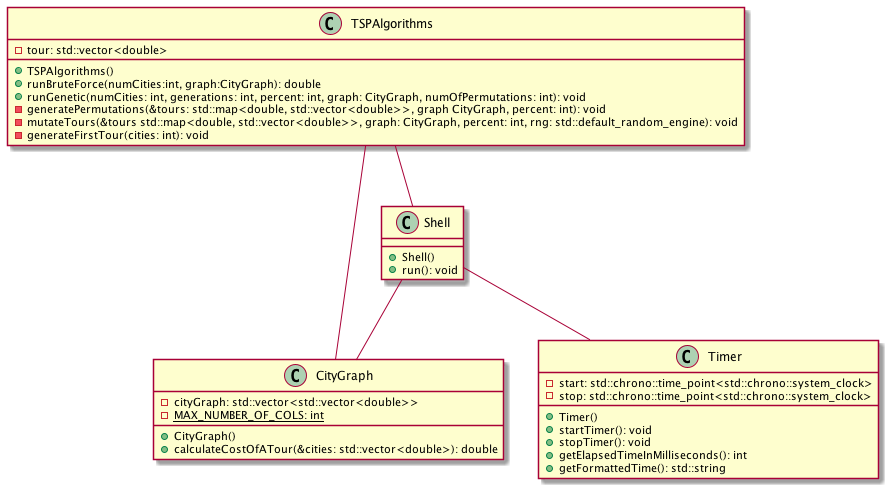
The PlantUML diagram out/diagram/plantUML/plantUML.png in berezovs/project3_tsp, before a commit.
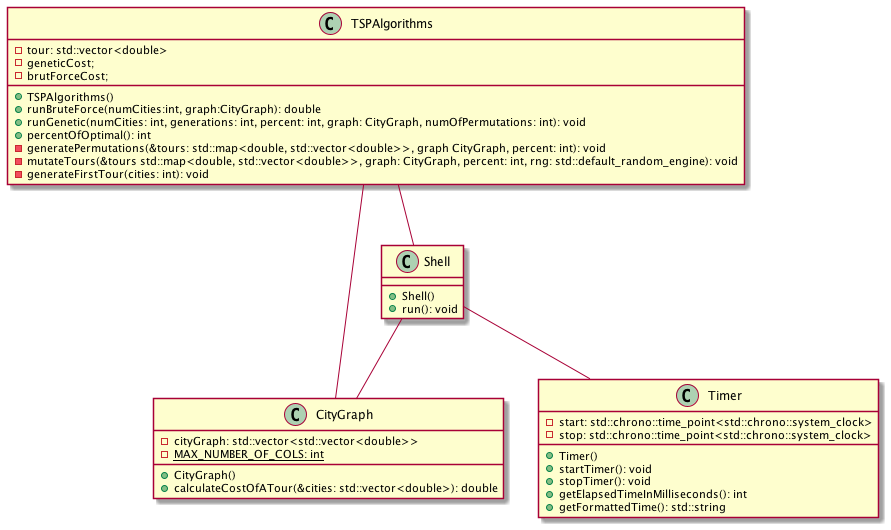
Above is the later version.

Commit message:
Added percentOfOptimal() to TSPAlgorithms

Diff of the diagram source:
```diff
@@ -26,9 +26,12 @@
 
     class TSPAlgorithms{
     -tour: std::vector<double>
+    -geneticCost;
+    -brutForceCost;
     +TSPAlgorithms()
     +runBruteForce(numCities:int, graph:CityGraph): double
     +runGenetic(numCities: int, generations: int, percent: int, graph: CityGraph, numOfPermutations: int): void
+    +percentOfOptimal(): int
     -generatePermutations(&tours: std::map<double, std::vector<double>>, graph CityGraph, percent: int): void
     -mutateTours(&tours std::map<double, std::vector<double>>, graph: CityGraph, percent: int, rng: std::default_random_engine): void
     -generateFirstTour(cities: int): void
```
